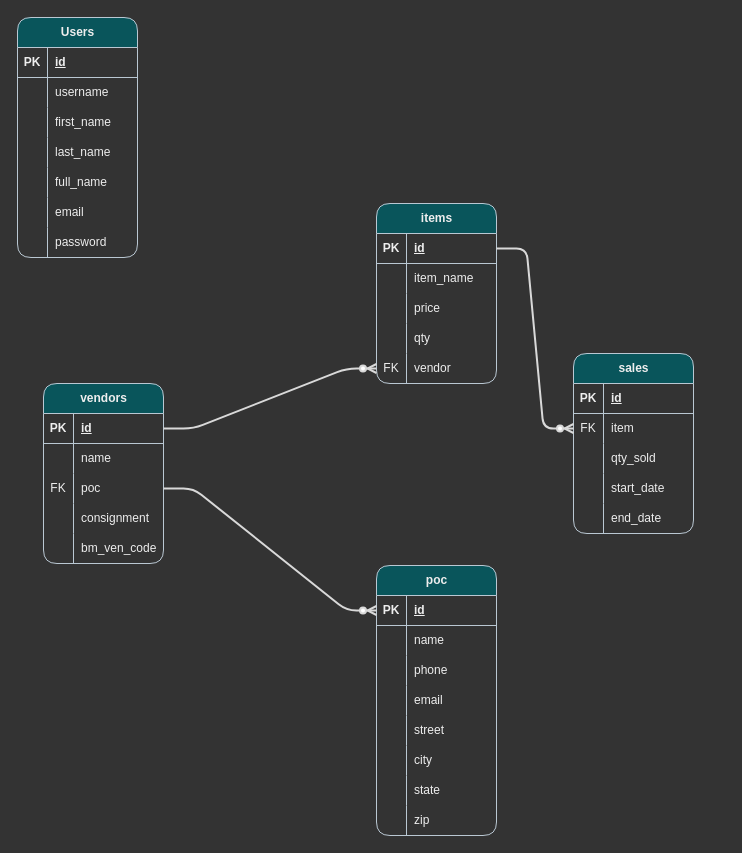
This is SAMS_DB.drawio from TimeCrunch101/vendor-reports, a draw.io file, before an edit. Source tidied: cells renumbered, new cells numbered last; positions are measured from the earlier drawing's top-left corner, leaving out a move shared by most shapes. Both pictures are drawn from the tidied source at 100%, with x=0, y=0 at pixel (17, 17).
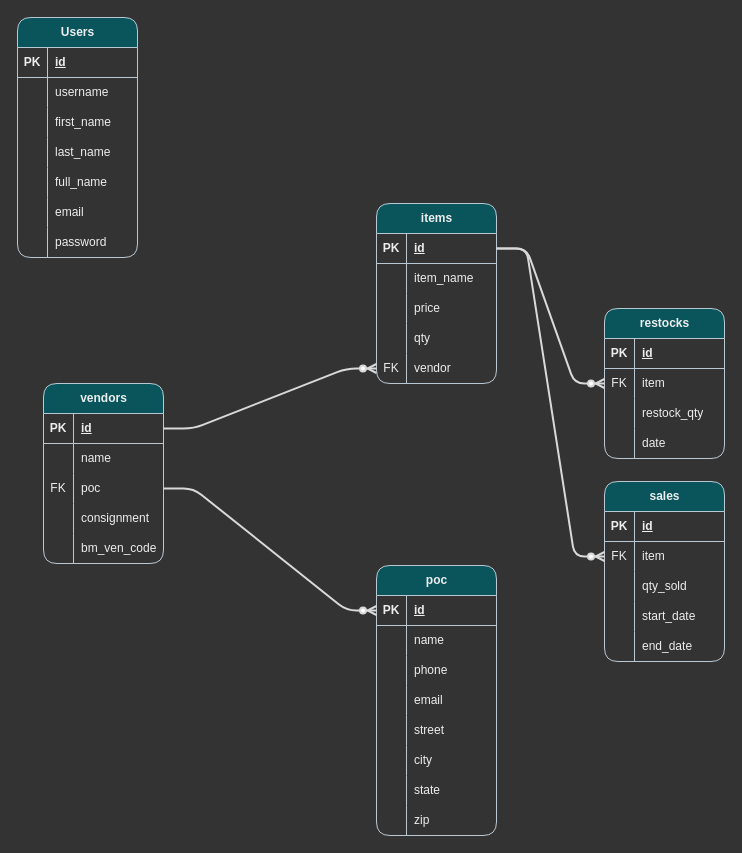
After the change.

The change refers to these unchanged cells:
```xml
<mxCell id="41" style="shape=tableRow;horizontal=0;startSize=0;swimlaneHead=0;swimlaneBody=0;fillColor=none;points=[[0,0.5],[1,0.5]];portConstraint=eastwest;top=0;left=0;right=0;bottom=1;rounded=1;labelBackgroundColor=none;strokeColor=#BAC8D3;fontColor=#EEEEEE;" parent="40" vertex="1">
  <mxGeometry y="30" width="120" height="30" as="geometry" />
</mxCell>
```

Diff of the diagram source:
```diff
@@
     <mxCell id="56" value="sales" style="shape=table;startSize=30;childLayout=tableLayout;rowLines=0;fontStyle=1;align=center;html=1;rounded=1;labelBackgroundColor=none;fillColor=#09555B;strokeColor=#BAC8D3;fontColor=#EEEEEE;" parent="1" vertex="1">
-      <mxGeometry x="556" y="336" width="120" height="180" as="geometry" />
+      <mxGeometry x="587" y="464" width="120" height="180" as="geometry" />
     </mxCell>
@@
+    <mxCell id="100" value="restocks" style="shape=table;startSize=30;childLayout=tableLayout;rowLines=0;fontStyle=1;align=center;html=1;rounded=1;labelBackgroundColor=none;fillColor=#09555B;strokeColor=#BAC8D3;fontColor=#EEEEEE;" parent="1" vertex="1">
+      <mxGeometry x="587" y="291" width="120" height="150" as="geometry" />
+    </mxCell>
+    <mxCell id="101" style="shape=tableRow;horizontal=0;startSize=0;swimlaneHead=0;swimlaneBody=0;fillColor=none;top=0;left=0;right=0;bottom=1;rounded=1;labelBackgroundColor=none;strokeColor=#BAC8D3;fontColor=#EEEEEE;" parent="100" vertex="1">
+      <mxGeometry y="30" width="120" height="30" as="geometry" />
+    </mxCell>
+    <mxCell id="102" value="PK" style="shape=partialRectangle;fillColor=none;top=0;left=0;bottom=0;right=0;fontStyle=1;overflow=hidden;whiteSpace=wrap;html=1;rounded=1;labelBackgroundColor=none;strokeColor=#BAC8D3;fontColor=#EEEEEE;" parent="101" vertex="1">
+      <mxGeometry width="30" height="30" as="geometry" />
+    </mxCell>
+    <mxCell id="103" value="id" style="shape=partialRectangle;fillColor=none;top=0;left=0;bottom=0;right=0;align=left;spacingLeft=6;fontStyle=5;overflow=hidden;whiteSpace=wrap;html=1;rounded=1;labelBackgroundColor=none;strokeColor=#BAC8D3;fontColor=#EEEEEE;" parent="101" vertex="1">
+      <mxGeometry x="30" width="90" height="30" as="geometry" />
+    </mxCell>
+    <mxCell id="104" style="shape=tableRow;horizontal=0;startSize=0;swimlaneHead=0;swimlaneBody=0;fillColor=none;points=[[0,0.5],[1,0.5]];portConstraint=eastwest;top=0;left=0;right=0;bottom=0;rounded=1;labelBackgroundColor=none;strokeColor=#BAC8D3;fontColor=#EEEEEE;" parent="100" vertex="1">
+      <mxGeometry y="60" width="120" height="30" as="geometry" />
+    </mxCell>
+    <mxCell id="105" value="FK" style="shape=partialRectangle;fillColor=none;top=0;left=0;bottom=0;right=0;overflow=hidden;whiteSpace=wrap;html=1;rounded=1;labelBackgroundColor=none;strokeColor=#BAC8D3;fontColor=#EEEEEE;" parent="104" vertex="1">
+      <mxGeometry width="30" height="30" as="geometry" />
+    </mxCell>
+    <mxCell id="106" value="item" style="shape=partialRectangle;fillColor=none;top=0;left=0;bottom=0;right=0;align=left;spacingLeft=6;overflow=hidden;whiteSpace=wrap;html=1;rounded=1;labelBackgroundColor=none;strokeColor=#BAC8D3;fontColor=#EEEEEE;" parent="104" vertex="1">
+      <mxGeometry x="30" width="90" height="30" as="geometry" />
+    </mxCell>
+    <mxCell id="107" style="shape=tableRow;horizontal=0;startSize=0;swimlaneHead=0;swimlaneBody=0;fillColor=none;top=0;left=0;right=0;bottom=0;rounded=1;labelBackgroundColor=none;strokeColor=#BAC8D3;fontColor=#EEEEEE;" parent="100" vertex="1">
+      <mxGeometry y="90" width="120" height="30" as="geometry" />
+    </mxCell>
+    <mxCell id="108" style="shape=partialRectangle;fillColor=none;top=0;left=0;bottom=0;right=0;overflow=hidden;whiteSpace=wrap;html=1;rounded=1;labelBackgroundColor=none;strokeColor=#BAC8D3;fontColor=#EEEEEE;" parent="107" vertex="1">
+      <mxGeometry width="30" height="30" as="geometry" />
+    </mxCell>
+    <mxCell id="109" value="restock_qty" style="shape=partialRectangle;fillColor=none;top=0;left=0;bottom=0;right=0;align=left;spacingLeft=6;overflow=hidden;whiteSpace=wrap;html=1;rounded=1;labelBackgroundColor=none;strokeColor=#BAC8D3;fontColor=#EEEEEE;" parent="107" vertex="1">
+      <mxGeometry x="30" width="90" height="30" as="geometry" />
+    </mxCell>
+    <mxCell id="110" style="shape=tableRow;horizontal=0;startSize=0;swimlaneHead=0;swimlaneBody=0;fillColor=none;top=0;left=0;right=0;bottom=0;rounded=1;labelBackgroundColor=none;strokeColor=#BAC8D3;fontColor=#EEEEEE;" parent="100" vertex="1">
+      <mxGeometry y="120" width="120" height="30" as="geometry" />
+    </mxCell>
+    <mxCell id="111" style="shape=partialRectangle;fillColor=none;top=0;left=0;bottom=0;right=0;overflow=hidden;whiteSpace=wrap;html=1;rounded=1;labelBackgroundColor=none;strokeColor=#BAC8D3;fontColor=#EEEEEE;" parent="110" vertex="1">
+      <mxGeometry width="30" height="30" as="geometry" />
+    </mxCell>
+    <mxCell id="112" value="date" style="shape=partialRectangle;fillColor=none;top=0;left=0;bottom=0;right=0;align=left;spacingLeft=6;overflow=hidden;whiteSpace=wrap;html=1;rounded=1;labelBackgroundColor=none;strokeColor=#BAC8D3;fontColor=#EEEEEE;" parent="110" vertex="1">
+      <mxGeometry x="30" width="90" height="30" as="geometry" />
+    </mxCell>
+    <mxCell id="113" style="edgeStyle=entityRelationEdgeStyle;fontSize=12;html=1;endArrow=ERzeroToMany;endFill=1;rounded=1;strokeColor=#D9D9D9;strokeWidth=2;entryX=0;entryY=0.5;entryDx=0;entryDy=0;exitX=1;exitY=0.5;exitDx=0;exitDy=0;" parent="1" edge="1" source="41" target="104">
+      <mxGeometry relative="1" as="geometry" />
+    </mxCell>
```
